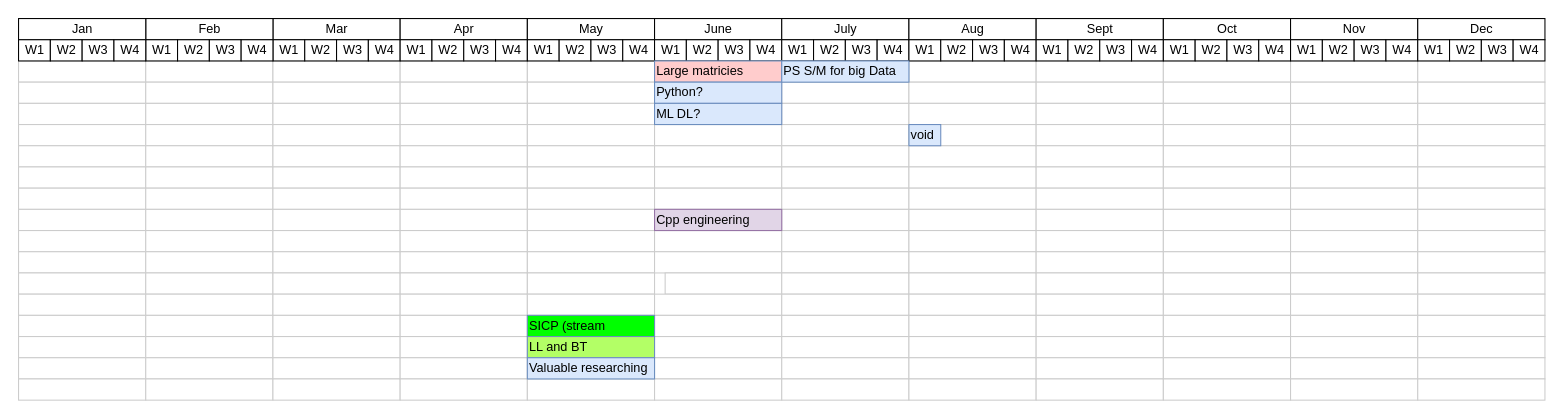
This is Table.drawio from AEduardovich/Diagrams.drawio, a draw.io file, before an edit. Source tidied: cells renumbered, new cells numbered last; positions are measured from the earlier drawing's top-left corner, leaving out a move shared by most shapes. Both pictures are drawn from the tidied source at 106%, with x=0, y=0 at pixel (18, 18).
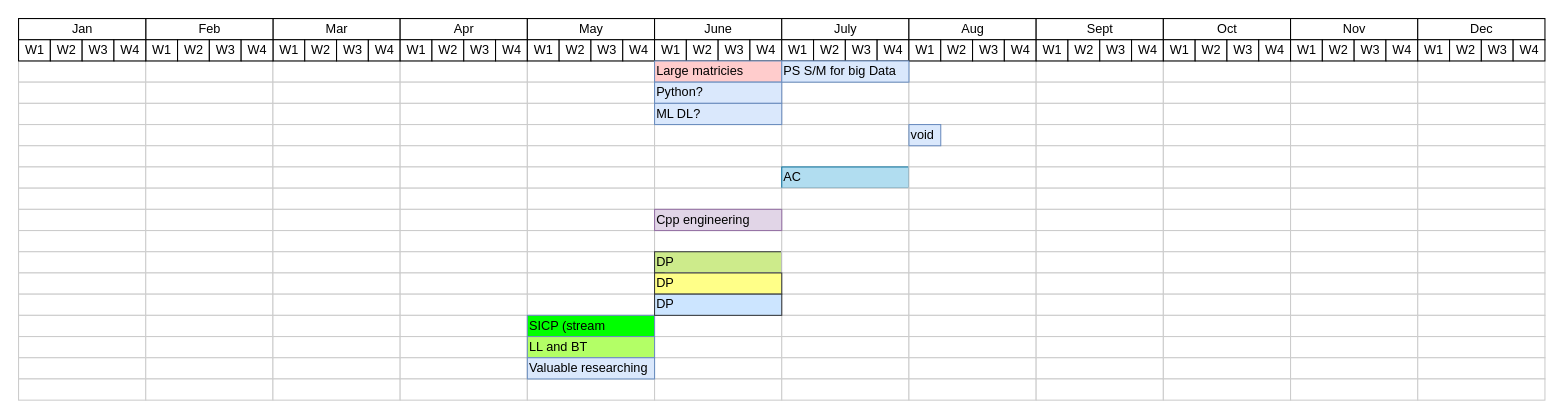
The same diagram, later.

Change to the diagram source:
```diff
@@
-    <mxCell id="103" style="align=left;strokeColor=#CCCCCC;html=1;" parent="1" vertex="1">
+    <mxCell id="103" value="DP" style="align=left;strokeColor=#36393d;html=1;fillColor=#cdeb8b;" parent="1" vertex="1">
       <mxGeometry x="600" y="220" width="120" height="20" as="geometry" />
     </mxCell>
@@
-    <mxCell id="115" style="align=left;strokeColor=#CCCCCC;html=1;" parent="1" vertex="1">
+    <mxCell id="115" value="AC" style="align=left;strokeColor=#10739e;html=1;fillColor=#b1ddf0;" parent="1" vertex="1">
       <mxGeometry x="720" y="140" width="120" height="20" as="geometry" />
     </mxCell>
@@
+    <mxCell id="263" value="DP" style="align=left;strokeColor=#36393d;html=1;fillColor=#ffff88;" parent="1" vertex="1">
+      <mxGeometry x="600" y="240" width="120" height="20" as="geometry" />
+    </mxCell>
+    <mxCell id="264" value="DP" style="align=left;strokeColor=#36393d;html=1;fillColor=#cce5ff;" parent="1" vertex="1">
+      <mxGeometry x="600" y="260" width="120" height="20" as="geometry" />
+    </mxCell>
```
